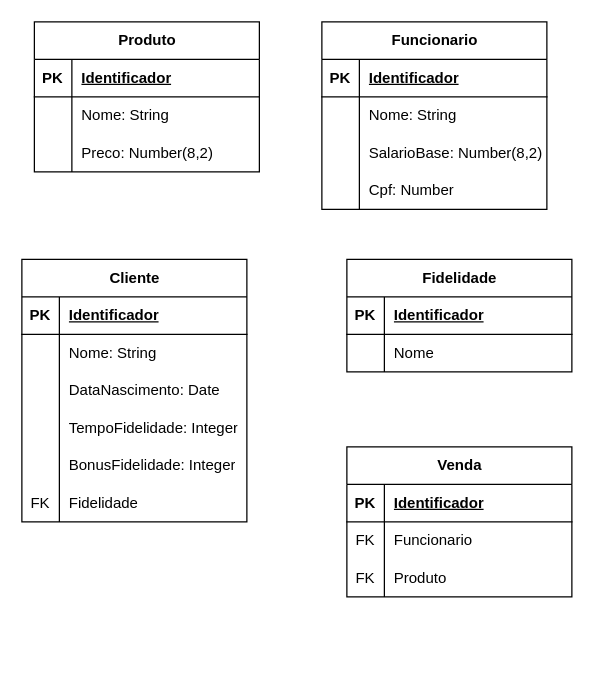
The draw.io diagram exercicios/exerc.drawio in LarissaAsito/DevInHouseM2S06, before the edit. Source tidied: cells renumbered, new cells numbered last; positions are measured from the earlier drawing's top-left corner, leaving out a move shared by most shapes. Both pictures are drawn from the tidied source at 125%, with x=0, y=0 at pixel (21, 21).
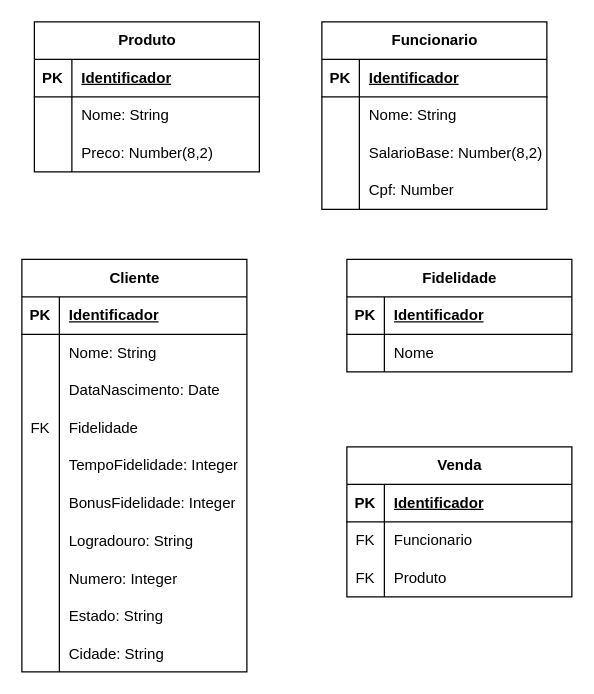
The same page after the edit.

Commit message:
Modificando exercicio 5

The edit, as a diff of the source:
```diff
@@
     <mxCell id="25" value="Cliente" style="shape=table;startSize=30;childLayout=tableLayout;rowLines=0;fontStyle=1;align=center;html=1;" parent="1" vertex="1">
-      <mxGeometry y="190" width="180" height="210" as="geometry" />
+      <mxGeometry y="190" width="180" height="330" as="geometry" />
     </mxCell>
@@
+    <mxCell id="41" style="shape=tableRow;horizontal=0;startSize=0;swimlaneHead=0;swimlaneBody=0;fillColor=none;top=0;left=0;right=0;bottom=0;" parent="25" vertex="1">
+      <mxGeometry y="120" width="180" height="30" as="geometry" />
+    </mxCell>
+    <mxCell id="42" value="FK" style="shape=partialRectangle;fillColor=none;top=0;left=0;bottom=0;right=0;fontStyle=0;overflow=hidden;whiteSpace=wrap;html=1;" parent="41" vertex="1">
+      <mxGeometry width="30" height="30" as="geometry" />
+    </mxCell>
+    <mxCell id="43" value="Fidelidade" style="shape=partialRectangle;fillColor=none;top=0;left=0;bottom=0;right=0;align=left;spacingLeft=6;fontStyle=0;overflow=hidden;whiteSpace=wrap;html=1;" parent="41" vertex="1">
+      <mxGeometry x="30" width="150" height="30" as="geometry" />
+    </mxCell>
     <mxCell id="35" style="shape=tableRow;horizontal=0;startSize=0;swimlaneHead=0;swimlaneBody=0;fillColor=none;top=0;left=0;right=0;bottom=0;" parent="25" vertex="1">
-      <mxGeometry y="120" width="180" height="30" as="geometry" />
+      <mxGeometry y="150" width="180" height="30" as="geometry" />
     </mxCell>
@@
     <mxCell id="38" style="shape=tableRow;horizontal=0;startSize=0;swimlaneHead=0;swimlaneBody=0;fillColor=none;top=0;left=0;right=0;bottom=0;" parent="25" vertex="1">
-      <mxGeometry y="150" width="180" height="30" as="geometry" />
+      <mxGeometry y="180" width="180" height="30" as="geometry" />
     </mxCell>
@@
-    <mxCell id="41" style="shape=tableRow;horizontal=0;startSize=0;swimlaneHead=0;swimlaneBody=0;fillColor=none;top=0;left=0;right=0;bottom=0;" parent="25" vertex="1">
-      <mxGeometry y="180" width="180" height="30" as="geometry" />
-    </mxCell>
-    <mxCell id="42" value="FK" style="shape=partialRectangle;fillColor=none;top=0;left=0;bottom=0;right=0;fontStyle=0;overflow=hidden;whiteSpace=wrap;html=1;" parent="41" vertex="1">
-      <mxGeometry width="30" height="30" as="geometry" />
-    </mxCell>
-    <mxCell id="43" value="Fidelidade" style="shape=partialRectangle;fillColor=none;top=0;left=0;bottom=0;right=0;align=left;spacingLeft=6;fontStyle=0;overflow=hidden;whiteSpace=wrap;html=1;" parent="41" vertex="1">
-      <mxGeometry x="30" width="150" height="30" as="geometry" />
-    </mxCell>
+    <mxCell id="61" style="shape=tableRow;horizontal=0;startSize=0;swimlaneHead=0;swimlaneBody=0;fillColor=none;top=0;left=0;right=0;bottom=0;" parent="25" vertex="1">
+      <mxGeometry y="210" width="180" height="30" as="geometry" />
+    </mxCell>
+    <mxCell id="62" style="shape=partialRectangle;fillColor=none;top=0;left=0;bottom=0;right=0;overflow=hidden;" parent="61" vertex="1">
+      <mxGeometry width="30" height="30" as="geometry" />
+    </mxCell>
+    <mxCell id="63" value="Logradouro: String" style="shape=partialRectangle;fillColor=none;top=0;left=0;bottom=0;right=0;align=left;spacingLeft=6;overflow=hidden;" parent="61" vertex="1">
+      <mxGeometry x="30" width="150" height="30" as="geometry" />
+    </mxCell>
+    <mxCell id="64" style="shape=tableRow;horizontal=0;startSize=0;swimlaneHead=0;swimlaneBody=0;fillColor=none;top=0;left=0;right=0;bottom=0;" parent="25" vertex="1">
+      <mxGeometry y="240" width="180" height="30" as="geometry" />
+    </mxCell>
+    <mxCell id="65" style="shape=partialRectangle;fillColor=none;top=0;left=0;bottom=0;right=0;overflow=hidden;" parent="64" vertex="1">
+      <mxGeometry width="30" height="30" as="geometry" />
+    </mxCell>
+    <mxCell id="66" value="Numero: Integer" style="shape=partialRectangle;fillColor=none;top=0;left=0;bottom=0;right=0;align=left;spacingLeft=6;overflow=hidden;" parent="64" vertex="1">
+      <mxGeometry x="30" width="150" height="30" as="geometry" />
+    </mxCell>
+    <mxCell id="67" style="shape=tableRow;horizontal=0;startSize=0;swimlaneHead=0;swimlaneBody=0;fillColor=none;top=0;left=0;right=0;bottom=0;" parent="25" vertex="1">
+      <mxGeometry y="270" width="180" height="30" as="geometry" />
+    </mxCell>
+    <mxCell id="68" style="shape=partialRectangle;fillColor=none;top=0;left=0;bottom=0;right=0;overflow=hidden;" parent="67" vertex="1">
+      <mxGeometry width="30" height="30" as="geometry" />
+    </mxCell>
+    <mxCell id="69" value="Estado: String" style="shape=partialRectangle;fillColor=none;top=0;left=0;bottom=0;right=0;align=left;spacingLeft=6;overflow=hidden;" parent="67" vertex="1">
+      <mxGeometry x="30" width="150" height="30" as="geometry" />
+    </mxCell>
+    <mxCell id="70" style="shape=tableRow;horizontal=0;startSize=0;swimlaneHead=0;swimlaneBody=0;fillColor=none;top=0;left=0;right=0;bottom=0;" parent="25" vertex="1">
+      <mxGeometry y="300" width="180" height="30" as="geometry" />
+    </mxCell>
+    <mxCell id="71" style="shape=partialRectangle;fillColor=none;top=0;left=0;bottom=0;right=0;overflow=hidden;" parent="70" vertex="1">
+      <mxGeometry width="30" height="30" as="geometry" />
+    </mxCell>
+    <mxCell id="72" value="Cidade: String" style="shape=partialRectangle;fillColor=none;top=0;left=0;bottom=0;right=0;align=left;spacingLeft=6;overflow=hidden;" parent="70" vertex="1">
+      <mxGeometry x="30" width="150" height="30" as="geometry" />
+    </mxCell>
```
